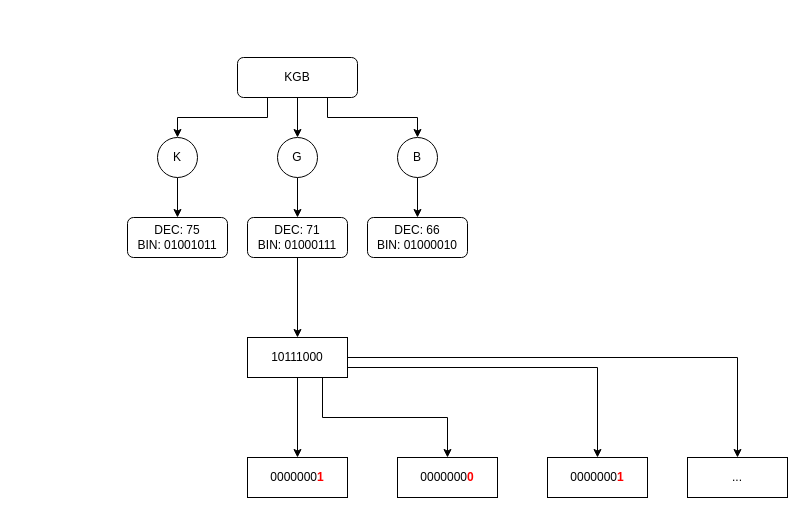
Earlier version of the draw.io diagram objasnjenja/objasnjenje.drawio (bhradec/tvz_napredni_py_projekt). Source tidied: cells renumbered, new cells numbered last; positions are measured from the earlier drawing's top-left corner, leaving out a move shared by most shapes. Both pictures are drawn from the tidied source at 100%, with x=0, y=0 at pixel (127, 57).
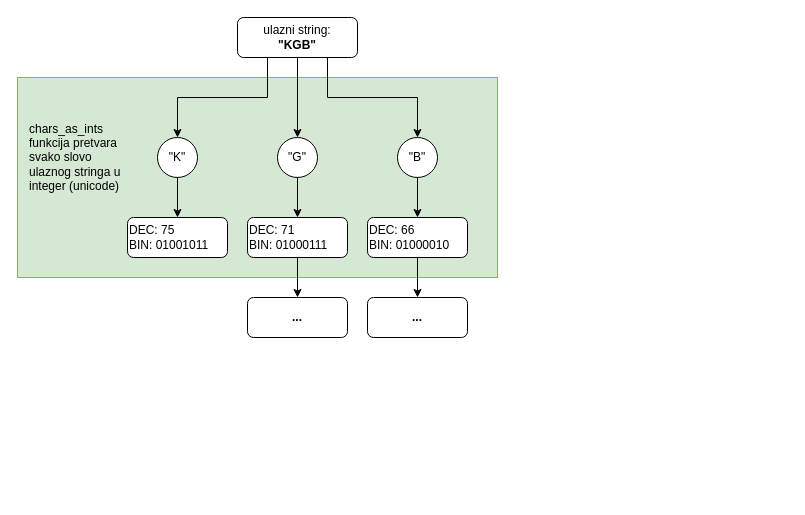
The same page after the edit.

Commit message:
dodano objašnjenje

The edit, as a diff of the source:
```diff
@@
+    <mxCell id="25" style="rounded=0;whiteSpace=wrap;html=1;align=left;fillColor=#d5e8d4;strokeColor=#82b366;" parent="1" vertex="1">
+      <mxGeometry x="-110" y="20" width="480" height="200" as="geometry" />
+    </mxCell>
@@
-    <mxCell id="5" value="KGB" style="rounded=1;whiteSpace=wrap;html=1;" parent="1" vertex="1">
-      <mxGeometry x="110" width="120" height="40" as="geometry" />
+    <mxCell id="5" value="ulazni string:&lt;br&gt;&lt;b&gt;&quot;KGB&quot;&lt;/b&gt;" style="rounded=1;whiteSpace=wrap;html=1;" parent="1" vertex="1">
+      <mxGeometry x="110" y="-40" width="120" height="40" as="geometry" />
     </mxCell>
@@
-    <mxCell id="7" value="K" style="ellipse;whiteSpace=wrap;html=1;" parent="1" vertex="1">
+    <mxCell id="7" value="&quot;K&quot;" style="ellipse;whiteSpace=wrap;html=1;" parent="1" vertex="1">
       <mxGeometry x="30" y="80" width="40" height="40" as="geometry" />
     </mxCell>
@@
-    <mxCell id="9" value="B" style="ellipse;whiteSpace=wrap;html=1;" parent="1" vertex="1">
+    <mxCell id="9" value="&quot;B&quot;" style="ellipse;whiteSpace=wrap;html=1;" parent="1" vertex="1">
       <mxGeometry x="270" y="80" width="40" height="40" as="geometry" />
     </mxCell>
@@
-    <mxCell id="11" value="G" style="ellipse;whiteSpace=wrap;html=1;" parent="1" vertex="1">
+    <mxCell id="11" value="&quot;G&quot;" style="ellipse;whiteSpace=wrap;html=1;" parent="1" vertex="1">
       <mxGeometry x="150" y="80" width="40" height="40" as="geometry" />
     </mxCell>
-    <mxCell id="12" value="DEC: 75&lt;br&gt;BIN: 01001011" style="rounded=1;whiteSpace=wrap;html=1;" parent="1" vertex="1">
+    <mxCell id="12" value="DEC: 75&lt;br&gt;BIN: 01001011" style="rounded=1;whiteSpace=wrap;html=1;align=left;" parent="1" vertex="1">
       <mxGeometry y="160" width="100" height="40" as="geometry" />
     </mxCell>
+    <mxCell id="26" style="edgeStyle=orthogonalEdgeStyle;rounded=0;jettySize=auto;html=1;exitX=0.5;exitY=1;exitDx=0;exitDy=0;entryX=0.5;entryY=0;entryDx=0;entryDy=0;" parent="1" edge="1" source="13" target="29">
+      <mxGeometry relative="1" as="geometry" />
+    </mxCell>
-    <mxCell id="13" value="DEC: 66&lt;br&gt;BIN: 01000010" style="rounded=1;whiteSpace=wrap;html=1;" parent="1" vertex="1">
+    <mxCell id="13" value="DEC: 66&lt;br&gt;BIN: 01000010" style="rounded=1;whiteSpace=wrap;html=1;align=left;" parent="1" vertex="1">
       <mxGeometry x="240" y="160" width="100" height="40" as="geometry" />
     </mxCell>
-    <mxCell id="14" style="edgeStyle=orthogonalEdgeStyle;rounded=0;jettySize=auto;html=1;exitX=0.5;exitY=1;exitDx=0;exitDy=0;entryX=0.5;entryY=0;entryDx=0;entryDy=0;" parent="1" edge="1" source="15" target="20">
-      <mxGeometry relative="1" as="geometry" />
-    </mxCell>
+    <mxCell id="27" style="edgeStyle=orthogonalEdgeStyle;rounded=0;jettySize=auto;html=1;exitX=0.5;exitY=1;exitDx=0;exitDy=0;entryX=0.5;entryY=0;entryDx=0;entryDy=0;" parent="1" edge="1" source="15" target="28">
+      <mxGeometry relative="1" as="geometry" />
+    </mxCell>
-    <mxCell id="15" value="DEC: 71&lt;br&gt;BIN: 01000111" style="rounded=1;whiteSpace=wrap;html=1;" parent="1" vertex="1">
+    <mxCell id="15" value="DEC: 71&lt;br&gt;BIN: 01000111" style="rounded=1;whiteSpace=wrap;html=1;align=left;" parent="1" vertex="1">
       <mxGeometry x="120" y="160" width="100" height="40" as="geometry" />
     </mxCell>
-    <mxCell id="16" style="edgeStyle=orthogonalEdgeStyle;rounded=0;jettySize=auto;html=1;exitX=0.5;exitY=1;exitDx=0;exitDy=0;" parent="1" edge="1" source="20" target="24">
-      <mxGeometry relative="1" as="geometry" />
-    </mxCell>
-    <mxCell id="17" style="edgeStyle=orthogonalEdgeStyle;rounded=0;jettySize=auto;html=1;exitX=0.75;exitY=1;exitDx=0;exitDy=0;entryX=0.5;entryY=0;entryDx=0;entryDy=0;" parent="1" edge="1" source="20" target="22">
-      <mxGeometry relative="1" as="geometry" />
-    </mxCell>
-    <mxCell id="18" style="edgeStyle=orthogonalEdgeStyle;rounded=0;jettySize=auto;html=1;exitX=1;exitY=0.75;exitDx=0;exitDy=0;entryX=0.5;entryY=0;entryDx=0;entryDy=0;" parent="1" edge="1" source="20" target="21">
-      <mxGeometry relative="1" as="geometry" />
-    </mxCell>
-    <mxCell id="19" style="edgeStyle=orthogonalEdgeStyle;rounded=0;jettySize=auto;html=1;exitX=1;exitY=0.5;exitDx=0;exitDy=0;entryX=0.5;entryY=0;entryDx=0;entryDy=0;" parent="1" edge="1" source="20" target="23">
-      <mxGeometry relative="1" as="geometry" />
-    </mxCell>
-    <mxCell id="20" value="10111000" style="rounded=0;whiteSpace=wrap;html=1;align=center;" parent="1" vertex="1">
-      <mxGeometry x="120" y="280" width="100" height="40" as="geometry" />
-    </mxCell>
-    <mxCell id="21" value="0000000&lt;b&gt;&lt;font color=&quot;#ff0000&quot;&gt;1&lt;/font&gt;&lt;/b&gt;" style="rounded=0;whiteSpace=wrap;html=1;align=center;" parent="1" vertex="1">
-      <mxGeometry x="420" y="400" width="100" height="40" as="geometry" />
-    </mxCell>
-    <mxCell id="22" value="0000000&lt;b&gt;&lt;font color=&quot;#ff0000&quot;&gt;0&lt;/font&gt;&lt;/b&gt;" style="rounded=0;whiteSpace=wrap;html=1;align=center;" parent="1" vertex="1">
-      <mxGeometry x="270" y="400" width="100" height="40" as="geometry" />
-    </mxCell>
-    <mxCell id="23" value="..." style="rounded=0;whiteSpace=wrap;html=1;align=center;" parent="1" vertex="1">
-      <mxGeometry x="560" y="400" width="100" height="40" as="geometry" />
-    </mxCell>
-    <mxCell id="24" value="0000000&lt;b&gt;&lt;font color=&quot;#ff0000&quot;&gt;1&lt;/font&gt;&lt;/b&gt;" style="rounded=0;whiteSpace=wrap;html=1;align=center;" parent="1" vertex="1">
-      <mxGeometry x="120" y="400" width="100" height="40" as="geometry" />
-    </mxCell>
+    <mxCell id="28" value="&lt;b&gt;...&lt;/b&gt;" style="rounded=1;whiteSpace=wrap;html=1;" parent="1" vertex="1">
+      <mxGeometry x="120" y="240" width="100" height="40" as="geometry" />
+    </mxCell>
+    <mxCell id="29" value="..." style="rounded=1;whiteSpace=wrap;html=1;fontStyle=1;" parent="1" vertex="1">
+      <mxGeometry x="240" y="240" width="100" height="40" as="geometry" />
+    </mxCell>
+    <mxCell id="30" value="&lt;div&gt;&lt;span&gt;chars_as_ints funkcija pretvara svako slovo ulaznog stringa u integer (unicode)&lt;/span&gt;&lt;/div&gt;" style="text;html=1;strokeColor=none;fillColor=none;align=left;verticalAlign=middle;whiteSpace=wrap;rounded=0;fontStyle=0;" parent="1" vertex="1">
+      <mxGeometry x="-100" y="55" width="100" height="90" as="geometry" />
+    </mxCell>
```
